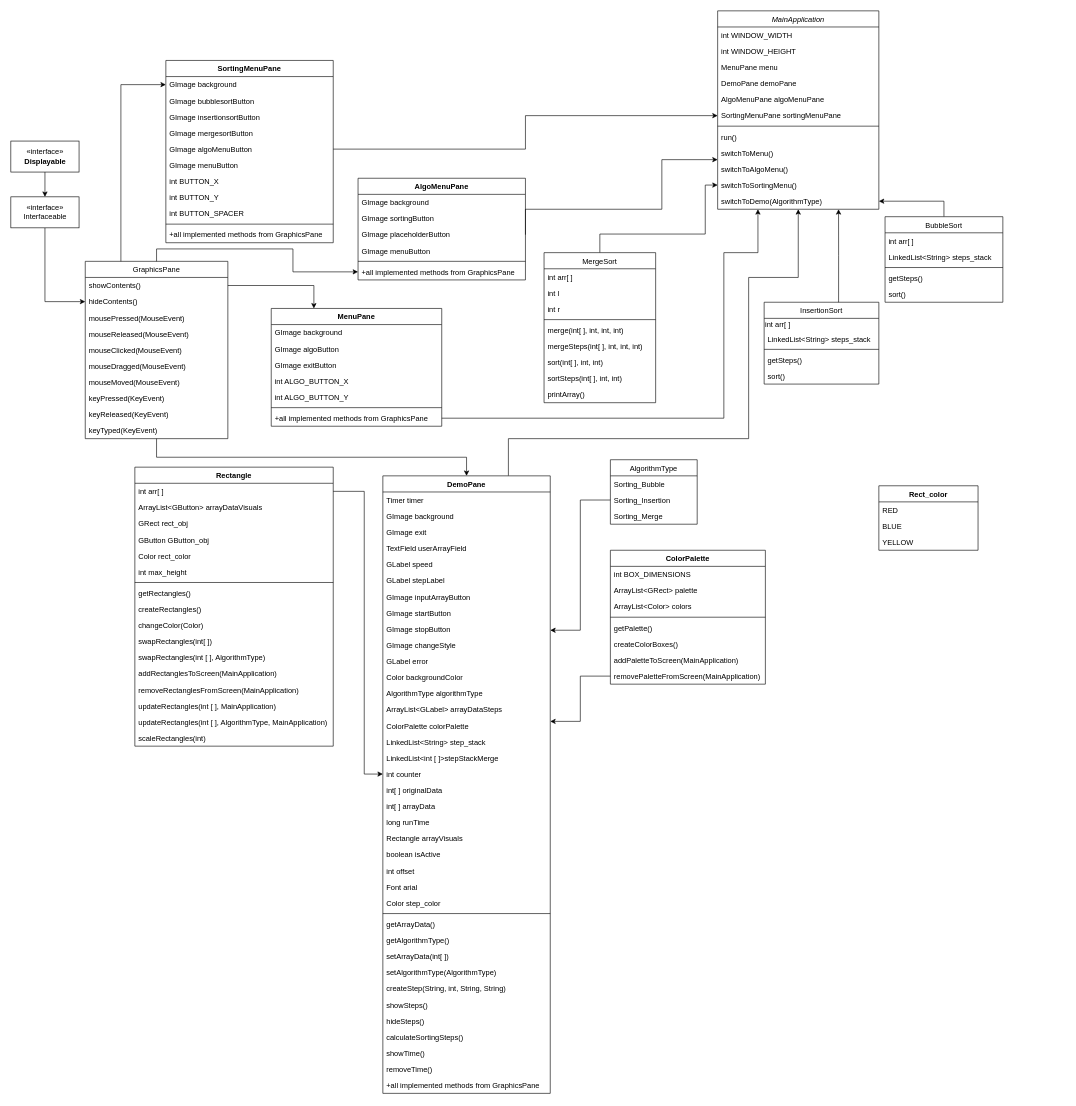
Above: Final Project - Class Diagram.drawio in Prot0ast/Repository-Name (draw.io), before the change. Source tidied: cells renumbered, new cells numbered last; positions are measured from the earlier drawing's top-left corner, leaving out a move shared by most shapes. Both pictures are drawn from the tidied source at 62%, with x=0, y=0 at pixel (11, 11).
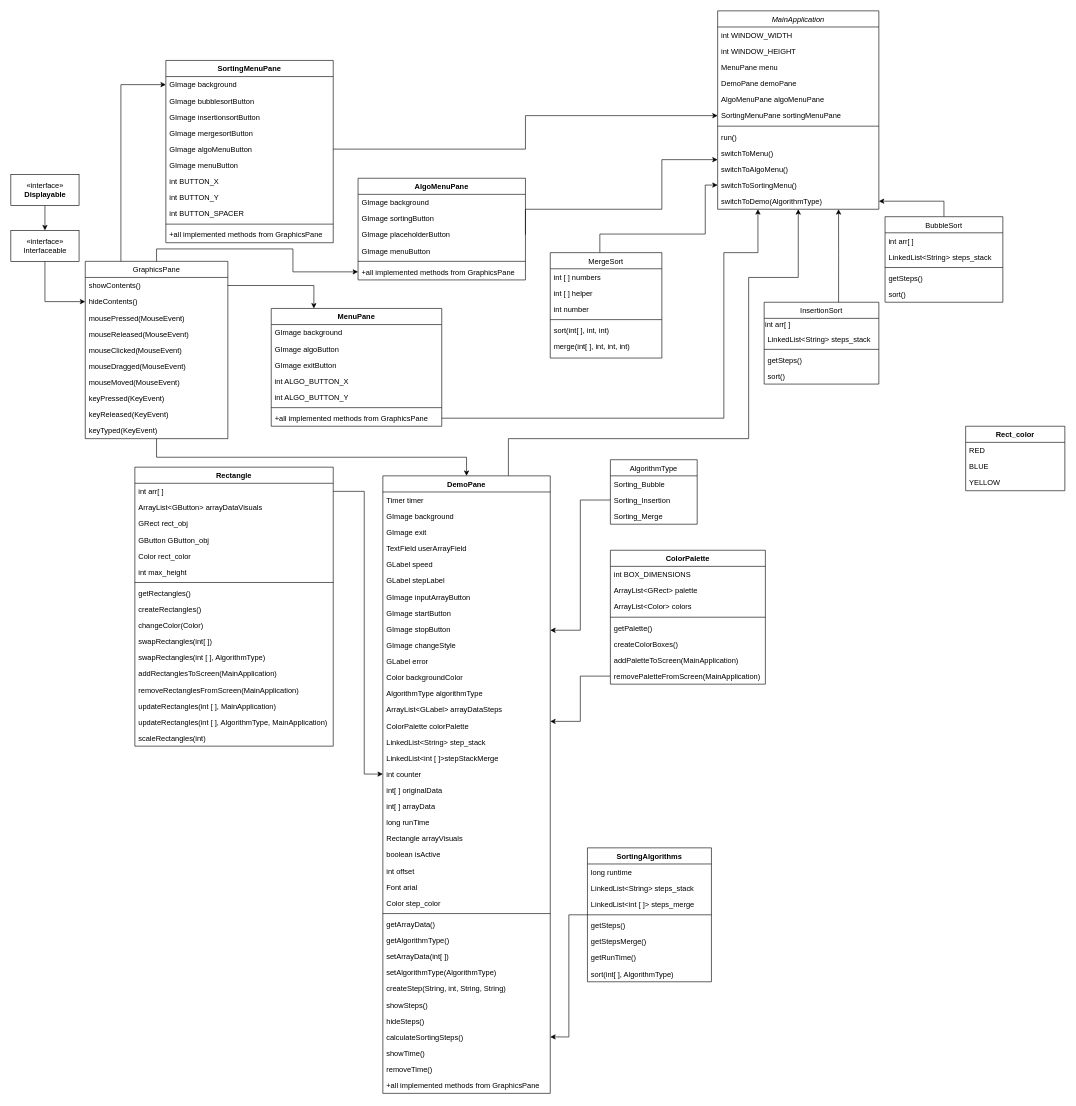
The same page after the edit.

Unchanged cells that the change refers to:
```xml
<mxCell id="128" value="calculateSortingSteps()" style="text;strokeColor=none;fillColor=none;align=left;verticalAlign=top;spacingLeft=4;spacingRight=4;overflow=hidden;points=[[0,0.5],[1,0.5]];portConstraint=eastwest;" parent="93" vertex="1">
  <mxGeometry y="892" width="270" height="26" as="geometry" />
</mxCell>
```

The edit, as a diff of the source:
```diff
@@
     <mxCell id="29" value="MergeSort" style="swimlane;fontStyle=0;align=center;verticalAlign=top;horizontal=1;startSize=26;rounded=0;shadow=0;strokeWidth=1;" parent="1" vertex="1">
-      <mxGeometry x="860" y="390" width="180" height="242" as="geometry" />
+      <mxGeometry x="870" y="390" width="180" height="170" as="geometry" />
     </mxCell>
-    <mxCell id="30" value="int arr[ ]" style="text;align=left;verticalAlign=top;spacingLeft=4;spacingRight=4;overflow=hidden;rounded=0;shadow=0;html=0;" parent="29" vertex="1">
+    <mxCell id="30" value="int [ ] numbers" style="text;align=left;verticalAlign=top;spacingLeft=4;spacingRight=4;overflow=hidden;rounded=0;shadow=0;html=0;" parent="29" vertex="1">
       <mxGeometry y="26" width="180" height="26" as="geometry" />
     </mxCell>
-    <mxCell id="31" value="int l" style="text;strokeColor=none;fillColor=none;align=left;verticalAlign=top;spacingLeft=4;spacingRight=4;overflow=hidden;" parent="29" vertex="1">
+    <mxCell id="31" value="int [ ] helper" style="text;strokeColor=none;fillColor=none;align=left;verticalAlign=top;spacingLeft=4;spacingRight=4;overflow=hidden;" parent="29" vertex="1">
       <mxGeometry y="52" width="180" height="26" as="geometry" />
     </mxCell>
-    <mxCell id="32" value="int r" style="text;strokeColor=none;fillColor=none;align=left;verticalAlign=top;spacingLeft=4;spacingRight=4;overflow=hidden;" parent="29" vertex="1">
+    <mxCell id="32" value="int number" style="text;strokeColor=none;fillColor=none;align=left;verticalAlign=top;spacingLeft=4;spacingRight=4;overflow=hidden;" parent="29" vertex="1">
       <mxGeometry y="78" width="180" height="26" as="geometry" />
     </mxCell>
@@
+    <mxCell id="36" value="sort(int[ ], int, int)" style="text;strokeColor=none;fillColor=none;align=left;verticalAlign=top;spacingLeft=4;spacingRight=4;overflow=hidden;" parent="29" vertex="1">
+      <mxGeometry y="112" width="180" height="26" as="geometry" />
+    </mxCell>
     <mxCell id="34" value="merge(int[ ], int, int, int)" style="text;align=left;verticalAlign=top;spacingLeft=4;spacingRight=4;overflow=hidden;" parent="29" vertex="1">
-      <mxGeometry y="112" width="180" height="26" as="geometry" />
+      <mxGeometry y="138" width="180" height="26" as="geometry" />
     </mxCell>
-    <mxCell id="35" value="mergeSteps(int[ ], int, int, int)" style="text;strokeColor=none;fillColor=none;align=left;verticalAlign=top;spacingLeft=4;spacingRight=4;overflow=hidden;" parent="29" vertex="1">
-      <mxGeometry y="138" width="180" height="26" as="geometry" />
-    </mxCell>
-    <mxCell id="36" value="sort(int[ ], int, int)" style="text;strokeColor=none;fillColor=none;align=left;verticalAlign=top;spacingLeft=4;spacingRight=4;overflow=hidden;" parent="29" vertex="1">
-      <mxGeometry y="164" width="180" height="26" as="geometry" />
-    </mxCell>
-    <mxCell id="37" value="sortSteps(int[ ], int, int)" style="text;strokeColor=none;fillColor=none;align=left;verticalAlign=top;spacingLeft=4;spacingRight=4;overflow=hidden;" parent="29" vertex="1">
-      <mxGeometry y="190" width="180" height="26" as="geometry" />
-    </mxCell>
-    <mxCell id="38" value="printArray()" style="text;strokeColor=none;fillColor=none;align=left;verticalAlign=top;spacingLeft=4;spacingRight=4;overflow=hidden;" parent="29" vertex="1">
-      <mxGeometry y="216" width="180" height="26" as="geometry" />
-    </mxCell>
@@
     <mxCell id="50" value="Rect_color" style="swimlane;fontStyle=1;align=center;verticalAlign=top;horizontal=1;startSize=26;" parent="1" vertex="1">
-      <mxGeometry x="1400" y="766" width="160" height="104" as="geometry" />
+      <mxGeometry x="1540" y="670" width="160" height="104" as="geometry" />
     </mxCell>
@@
     <mxCell id="133" value="«interface»&lt;br&gt;Interfaceable" style="html=1;" parent="1" vertex="1">
-      <mxGeometry y="300" width="110" height="50" as="geometry" />
+      <mxGeometry y="354" width="110" height="50" as="geometry" />
     </mxCell>
@@
     <mxCell id="135" value="«interface»&lt;br&gt;&lt;b&gt;Displayable&lt;/b&gt;" style="html=1;" parent="1" vertex="1">
-      <mxGeometry y="210" width="110" height="50" as="geometry" />
+      <mxGeometry y="264" width="110" height="50" as="geometry" />
     </mxCell>
@@
+    <mxCell id="167" style="edgeStyle=orthogonalEdgeStyle;rounded=0;jettySize=auto;html=1;exitX=0;exitY=0.5;exitDx=0;exitDy=0;entryX=1;entryY=0.5;entryDx=0;entryDy=0;" parent="1" edge="1" source="168" target="128">
+      <mxGeometry relative="1" as="geometry" />
+    </mxCell>
+    <mxCell id="168" value="SortingAlgorithms" style="swimlane;fontStyle=1;align=center;verticalAlign=top;horizontal=1;startSize=26;" parent="1" vertex="1">
+      <mxGeometry x="930" y="1350" width="200" height="216" as="geometry" />
+    </mxCell>
+    <mxCell id="169" value="long runtime" style="text;strokeColor=none;fillColor=none;align=left;verticalAlign=top;spacingLeft=4;spacingRight=4;overflow=hidden;" parent="168" vertex="1">
+      <mxGeometry y="26" width="200" height="26" as="geometry" />
+    </mxCell>
+    <mxCell id="170" value="LinkedList&lt;String&gt; steps_stack" style="text;strokeColor=none;fillColor=none;align=left;verticalAlign=top;spacingLeft=4;spacingRight=4;overflow=hidden;" parent="168" vertex="1">
+      <mxGeometry y="52" width="200" height="26" as="geometry" />
+    </mxCell>
+    <mxCell id="171" value="LinkedList&lt;int [ ]&gt; steps_merge" style="text;strokeColor=none;fillColor=none;align=left;verticalAlign=top;spacingLeft=4;spacingRight=4;overflow=hidden;" parent="168" vertex="1">
+      <mxGeometry y="78" width="200" height="26" as="geometry" />
+    </mxCell>
+    <mxCell id="172" style="line;strokeWidth=1;fillColor=none;align=left;verticalAlign=middle;spacingTop=-1;spacingLeft=3;spacingRight=3;labelPosition=right;" parent="168" vertex="1">
+      <mxGeometry y="104" width="200" height="8" as="geometry" />
+    </mxCell>
+    <mxCell id="173" value="getSteps()" style="text;strokeColor=none;fillColor=none;align=left;verticalAlign=top;spacingLeft=4;spacingRight=4;overflow=hidden;" parent="168" vertex="1">
+      <mxGeometry y="112" width="200" height="26" as="geometry" />
+    </mxCell>
+    <mxCell id="174" value="getStepsMerge()" style="text;strokeColor=none;fillColor=none;align=left;verticalAlign=top;spacingLeft=4;spacingRight=4;overflow=hidden;" parent="168" vertex="1">
+      <mxGeometry y="138" width="200" height="26" as="geometry" />
+    </mxCell>
+    <mxCell id="175" value="getRunTime()" style="text;strokeColor=none;fillColor=none;align=left;verticalAlign=top;spacingLeft=4;spacingRight=4;overflow=hidden;" parent="168" vertex="1">
+      <mxGeometry y="164" width="200" height="26" as="geometry" />
+    </mxCell>
+    <mxCell id="176" value="sort(int[ ], AlgorithmType)" style="text;strokeColor=none;fillColor=none;align=left;verticalAlign=top;spacingLeft=4;spacingRight=4;overflow=hidden;" parent="168" vertex="1">
+      <mxGeometry y="190" width="200" height="26" as="geometry" />
+    </mxCell>
```
